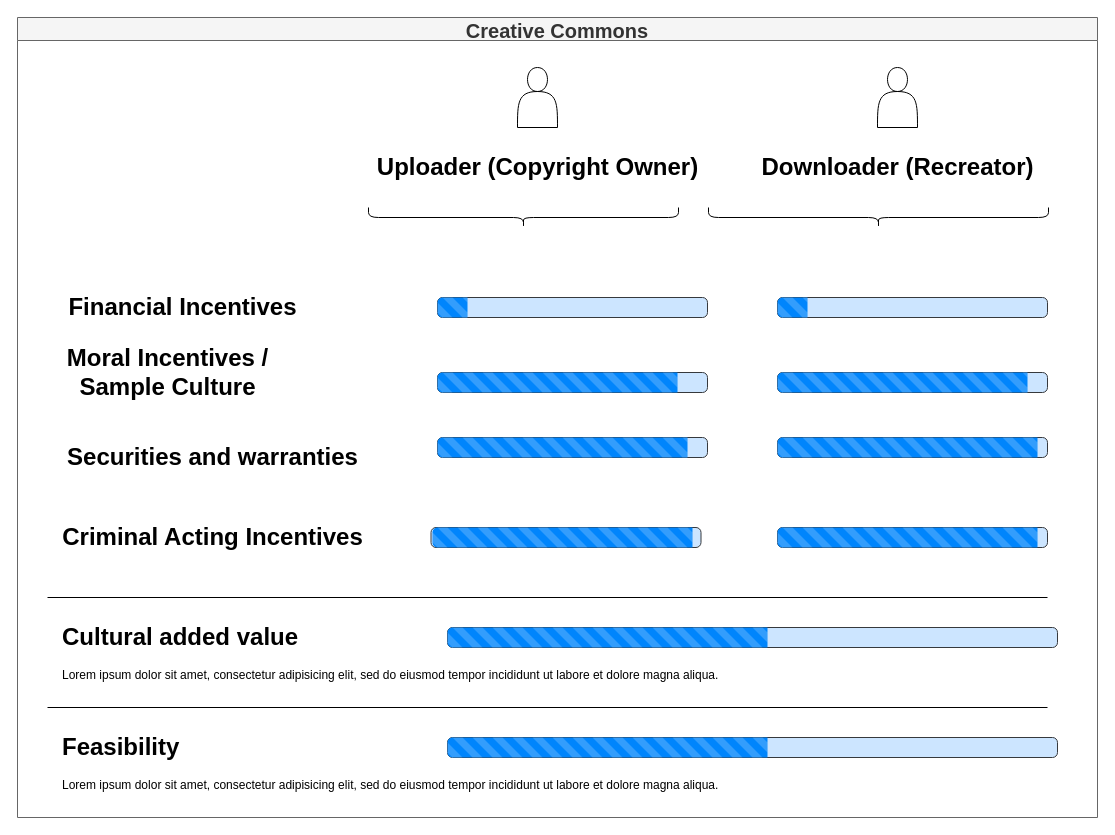
This is page "Incentive_Diagramm_Creative_Commons" (20 of 29) of beatblender_diagrams.drawio from maximilian-mintchev/Diagrams, a draw.io file, before an edit. Source tidied: cells renumbered, new cells numbered last; positions are measured from the earlier drawing's top-left corner, leaving out a move shared by most shapes. Both pictures are drawn from the tidied source at 100%, with x=0, y=0 at pixel (17, 17).
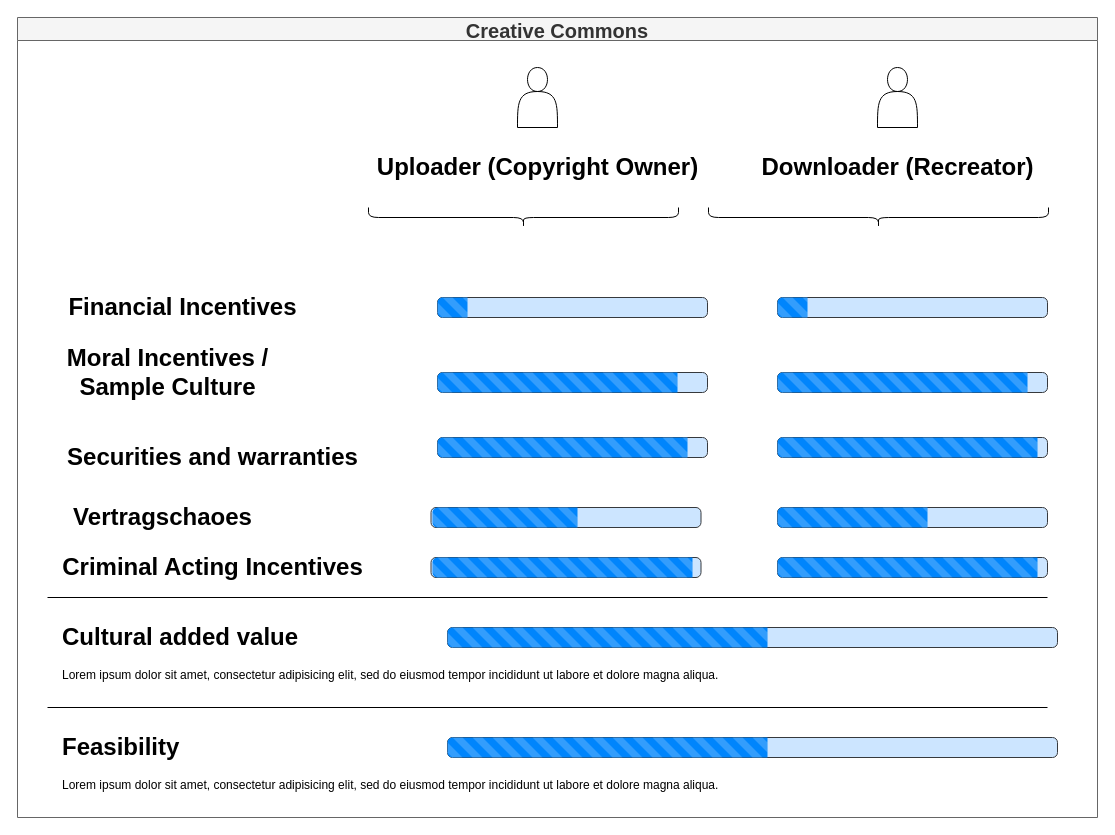
After the change.

The change refers to these unchanged cells:
```xml
<mxCell id="2" value="Creative Commons" style="swimlane;startSize=23;fillColor=#f5f5f5;strokeColor=#666666;fontColor=#333333;fontSize=20;" parent="1" vertex="1">
  <mxGeometry width="1080" height="800" as="geometry" />
</mxCell>
```

What changed in the source:
```diff
@@
     <mxCell id="18" value="Criminal Acting Incentives" style="text;strokeColor=none;fillColor=none;html=1;fontSize=24;fontStyle=1;verticalAlign=middle;align=center;shadow=0;sketch=0;" parent="2" vertex="1">
-      <mxGeometry x="60" y="500" width="270" height="40" as="geometry" />
+      <mxGeometry x="60" y="530" width="270" height="40" as="geometry" />
     </mxCell>
     <mxCell id="19" style="html=1;shadow=0;shape=mxgraph.bootstrap.rrect;rSize=5;strokeColor=#36393d;whiteSpace=wrap;labelBorderColor=#000000;sketch=0;fillColor=#cce5ff;" parent="2" vertex="1">
-      <mxGeometry x="413.5" y="510" width="270" height="20" as="geometry" />
+      <mxGeometry x="413.5" y="540" width="270" height="20" as="geometry" />
     </mxCell>
     <mxCell id="20" style="html=1;shadow=0;shape=mxgraph.bootstrap.rrect;rSize=5;strokeColor=#36393d;whiteSpace=wrap;labelBorderColor=#000000;sketch=0;fillColor=#cce5ff;" parent="2" vertex="1">
-      <mxGeometry x="760" y="510" width="270" height="20" as="geometry" />
+      <mxGeometry x="760" y="540" width="270" height="20" as="geometry" />
     </mxCell>
@@
     <mxCell id="27" style="html=1;shadow=0;dashed=0;shape=mxgraph.bootstrap.leftButtonStriped;fillColor=#0085FC;fontColor=#FFFFFF;whiteSpace=wrap;" parent="2" vertex="1">
-      <mxGeometry x="415" y="510" width="260" height="20" as="geometry" />
+      <mxGeometry x="415" y="540" width="260" height="20" as="geometry" />
     </mxCell>
+    <mxCell id="39" value="Vertragschaoes" style="text;strokeColor=none;fillColor=none;html=1;fontSize=24;fontStyle=1;verticalAlign=middle;align=center;shadow=0;sketch=0;" parent="2" vertex="1">
+      <mxGeometry x="10" y="480" width="270" height="40" as="geometry" />
+    </mxCell>
+    <mxCell id="40" style="html=1;shadow=0;shape=mxgraph.bootstrap.rrect;rSize=5;strokeColor=#36393d;whiteSpace=wrap;labelBorderColor=#000000;sketch=0;fillColor=#cce5ff;" parent="2" vertex="1">
+      <mxGeometry x="413.5" y="490" width="270" height="20" as="geometry" />
+    </mxCell>
+    <mxCell id="41" style="html=1;shadow=0;shape=mxgraph.bootstrap.rrect;rSize=5;strokeColor=#36393d;whiteSpace=wrap;labelBorderColor=#000000;sketch=0;fillColor=#cce5ff;" parent="2" vertex="1">
+      <mxGeometry x="760" y="490" width="270" height="20" as="geometry" />
+    </mxCell>
+    <mxCell id="42" style="html=1;shadow=0;dashed=0;shape=mxgraph.bootstrap.leftButtonStriped;fillColor=#0085FC;fontColor=#FFFFFF;whiteSpace=wrap;" parent="41" vertex="1">
+      <mxGeometry width="150" height="20" as="geometry" />
+    </mxCell>
+    <mxCell id="43" style="html=1;shadow=0;dashed=0;shape=mxgraph.bootstrap.leftButtonStriped;fillColor=#0085FC;fontColor=#FFFFFF;whiteSpace=wrap;" parent="2" vertex="1">
+      <mxGeometry x="415" y="490" width="145" height="20" as="geometry" />
+    </mxCell>
```
